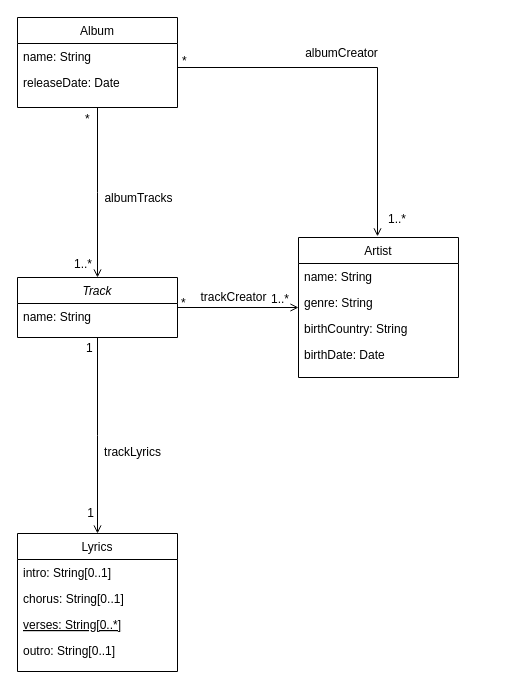
gwealm/VerseVault keeps this draw.io diagram as Untitled Diagram.drawio. Above is the earlier version. Source tidied: cells renumbered, new cells numbered last; positions are measured from the earlier drawing's top-left corner, leaving out a move shared by most shapes. Both pictures are drawn from the tidied source at 100%, with x=0, y=0 at pixel (17, 17).
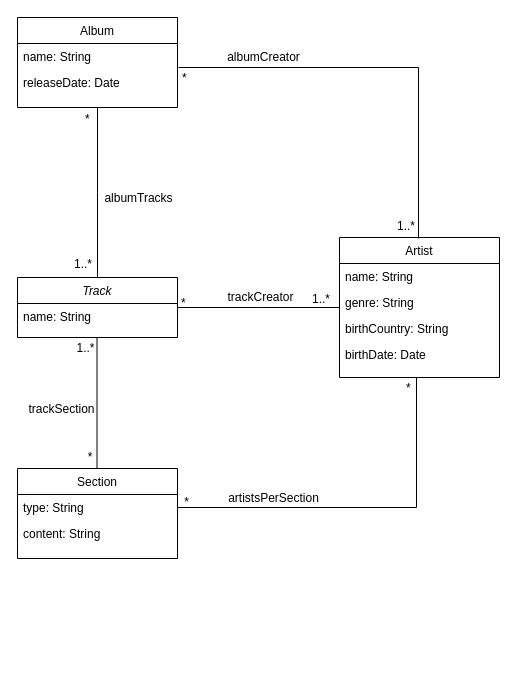
Above is the later version.

Commit message:
Refactors domain model

The change refers to these unchanged cells:
```xml
<mxCell id="2" value="Track" style="swimlane;fontStyle=2;align=center;verticalAlign=top;horizontal=1;startSize=26;rounded=0;shadow=0;strokeWidth=1;" parent="1" vertex="1">
  <mxGeometry y="260" width="160" height="60" as="geometry" />
</mxCell>
<mxCell id="9" value="Album" style="swimlane;fontStyle=0;align=center;verticalAlign=top;horizontal=1;startSize=26;rounded=0;shadow=0;strokeWidth=1;" parent="1" vertex="1">
  <mxGeometry width="160" height="90" as="geometry" />
</mxCell>
<mxCell id="11" value="releaseDate: Date" style="text;align=left;verticalAlign=top;spacingLeft=4;spacingRight=4;overflow=hidden;points=[[0,0.5],[1,0.5]];portConstraint=eastwest;" parent="9" vertex="1">
  <mxGeometry y="52" width="160" height="26" as="geometry" />
</mxCell>
```

What changed in the source:
```diff
@@
-    <mxCell id="4" value="Lyrics" style="swimlane;fontStyle=0;align=center;verticalAlign=top;horizontal=1;startSize=26;rounded=0;shadow=0;strokeWidth=1;" parent="1" vertex="1">
-      <mxGeometry y="516" width="160" height="138" as="geometry" />
-    </mxCell>
-    <mxCell id="5" value="intro: String[0..1]" style="text;align=left;verticalAlign=top;spacingLeft=4;spacingRight=4;overflow=hidden;" parent="4" vertex="1">
-      <mxGeometry y="26" width="160" height="26" as="geometry" />
-    </mxCell>
-    <mxCell id="6" value="chorus: String[0..1]" style="text;align=left;verticalAlign=top;spacingLeft=4;spacingRight=4;overflow=hidden;rounded=0;shadow=0;html=0;" parent="4" vertex="1">
-      <mxGeometry y="52" width="160" height="26" as="geometry" />
-    </mxCell>
-    <mxCell id="7" value="verses: String[0..*]" style="text;align=left;verticalAlign=top;spacingLeft=4;spacingRight=4;overflow=hidden;fontStyle=4;" parent="4" vertex="1">
-      <mxGeometry y="78" width="160" height="26" as="geometry" />
-    </mxCell>
-    <mxCell id="8" value="outro: String[0..1]" style="text;align=left;verticalAlign=top;spacingLeft=4;spacingRight=4;overflow=hidden;" parent="4" vertex="1">
-      <mxGeometry y="104" width="160" height="26" as="geometry" />
-    </mxCell>
@@
     <mxCell id="12" value="Artist" style="swimlane;fontStyle=0;align=center;verticalAlign=top;horizontal=1;startSize=26;rounded=0;shadow=0;strokeWidth=1;" parent="1" vertex="1">
-      <mxGeometry x="281" y="220" width="160" height="140" as="geometry" />
+      <mxGeometry x="322" y="220" width="160" height="140" as="geometry" />
     </mxCell>
@@
-    <mxCell id="17" style="endArrow=open;shadow=0;strokeWidth=1;rounded=0;endFill=1;edgeStyle=elbowEdgeStyle;elbow=vertical;" parent="1" edge="1" source="2" target="12">
+    <mxCell id="17" style="endArrow=none;shadow=0;strokeWidth=1;rounded=0;endFill=0;edgeStyle=elbowEdgeStyle;elbow=vertical;" parent="1" edge="1" source="2" target="12">
       <mxGeometry x="0.5" y="41" relative="1" as="geometry">
         <mxPoint x="-40" y="32" as="offset" />
       </mxGeometry>
     </mxCell>
@@
     <mxCell id="20" value="trackCreator" style="text;html=1;align=center;verticalAlign=middle;labelBackgroundColor=none;rounded=0;shadow=0;strokeWidth=1;fontSize=12;" parent="17" vertex="1">
       <mxGeometry x="0.5" y="49" relative="1" as="geometry">
-        <mxPoint x="-36" y="38" as="offset" />
+        <mxPoint x="-40" y="38" as="offset" />
       </mxGeometry>
     </mxCell>
-    <mxCell id="21" style="endArrow=open;shadow=0;strokeWidth=1;rounded=0;endFill=1;edgeStyle=elbowEdgeStyle;elbow=vertical;exitX=0.5;exitY=1;exitDx=0;exitDy=0;entryX=0.5;entryY=0;entryDx=0;entryDy=0;" parent="1" edge="1" source="2" target="4">
+    <mxCell id="21" style="endArrow=none;shadow=0;strokeWidth=1;rounded=0;endFill=0;edgeStyle=elbowEdgeStyle;elbow=vertical;exitX=0.5;exitY=1;exitDx=0;exitDy=0;entryX=0.5;entryY=0;entryDx=0;entryDy=0;" parent="1" edge="1">
       <mxGeometry x="0.5" y="41" relative="1" as="geometry">
+        <mxPoint x="79.5" y="320" as="sourcePoint" />
+        <mxPoint x="79.5" y="451" as="targetPoint" />
         <mxPoint x="-40" y="32" as="offset" />
       </mxGeometry>
     </mxCell>
-    <mxCell id="22" value="1" style="align=left;verticalAlign=bottom;labelBackgroundColor=none;fontSize=12;" parent="21" vertex="1">
+    <mxCell id="22" value="1..*" style="align=left;verticalAlign=bottom;labelBackgroundColor=none;fontSize=12;" parent="21" vertex="1">
       <mxGeometry x="-1" relative="1" as="geometry">
-        <mxPoint x="-13" y="19" as="offset" />
+        <mxPoint x="-22" y="19" as="offset" />
       </mxGeometry>
     </mxCell>
-    <mxCell id="23" value="1" style="align=right;verticalAlign=bottom;labelBackgroundColor=none;fontSize=12;" parent="21" vertex="1">
+    <mxCell id="23" value="*" style="align=right;verticalAlign=bottom;labelBackgroundColor=none;fontSize=12;" parent="21" vertex="1">
       <mxGeometry x="1" relative="1" as="geometry">
-        <mxPoint x="-2" y="-12" as="offset" />
+        <mxPoint x="-3" y="-3" as="offset" />
       </mxGeometry>
     </mxCell>
-    <mxCell id="24" value="trackLyrics" style="text;html=1;align=center;verticalAlign=middle;labelBackgroundColor=none;rounded=0;shadow=0;strokeWidth=1;fontSize=12;" parent="1" vertex="1">
-      <mxGeometry x="101" y="420" as="geometry">
-        <mxPoint x="13" y="14" as="offset" />
-      </mxGeometry>
-    </mxCell>
-    <mxCell id="25" style="endArrow=open;shadow=0;strokeWidth=1;rounded=0;endFill=1;edgeStyle=elbowEdgeStyle;elbow=vertical;exitX=0.5;exitY=1;exitDx=0;exitDy=0;entryX=0.5;entryY=0;entryDx=0;entryDy=0;" parent="1" edge="1" source="9" target="2">
+    <mxCell id="25" style="endArrow=none;shadow=0;strokeWidth=1;rounded=0;endFill=0;edgeStyle=elbowEdgeStyle;elbow=vertical;exitX=0.5;exitY=1;exitDx=0;exitDy=0;entryX=0.5;entryY=0;entryDx=0;entryDy=0;" parent="1" edge="1" source="9" target="2">
       <mxGeometry x="0.5" y="41" relative="1" as="geometry">
         <mxPoint x="-40" y="32" as="offset" />
       </mxGeometry>
     </mxCell>
@@
-    <mxCell id="29" style="endArrow=open;shadow=0;strokeWidth=1;rounded=0;endFill=1;edgeStyle=elbowEdgeStyle;elbow=vertical;entryX=0.55;entryY=-0.005;entryDx=0;entryDy=0;entryPerimeter=0;" parent="1" edge="1">
+    <mxCell id="29" style="endArrow=none;shadow=0;strokeWidth=1;rounded=0;endFill=0;edgeStyle=elbowEdgeStyle;elbow=vertical;entryX=0.619;entryY=0.007;entryDx=0;entryDy=0;entryPerimeter=0;exitX=1.006;exitY=-0.077;exitDx=0;exitDy=0;exitPerimeter=0;" parent="1" edge="1" source="11">
       <mxGeometry x="0.5" y="41" relative="1" as="geometry">
-        <mxPoint x="160" y="50" as="sourcePoint" />
-        <mxPoint x="360" y="218.9" as="targetPoint" />
+        <mxPoint x="401" y="221" as="targetPoint" />
         <Array as="points">
-          <mxPoint x="291" y="50" />
+          <mxPoint x="390" y="50" />
         </Array>
         <mxPoint x="-40" y="32" as="offset" />
       </mxGeometry>
     </mxCell>
     <mxCell id="30" value="*" style="align=left;verticalAlign=bottom;labelBackgroundColor=none;fontSize=12;" parent="29" vertex="1">
       <mxGeometry x="-1" relative="1" as="geometry">
-        <mxPoint x="3" y="2" as="offset" />
+        <mxPoint x="2" y="19" as="offset" />
       </mxGeometry>
     </mxCell>
     <mxCell id="31" value="1..*" style="align=right;verticalAlign=bottom;labelBackgroundColor=none;fontSize=12;" parent="29" vertex="1">
       <mxGeometry x="1" relative="1" as="geometry">
-        <mxPoint x="30" y="-9" as="offset" />
+        <mxPoint x="-2" y="-4" as="offset" />
       </mxGeometry>
     </mxCell>
     <mxCell id="32" value="albumCreator" style="text;html=1;align=center;verticalAlign=middle;labelBackgroundColor=none;rounded=0;shadow=0;strokeWidth=1;fontSize=12;" parent="29" vertex="1">
       <mxGeometry x="0.5" y="49" relative="1" as="geometry">
-        <mxPoint x="-86" y="-92" as="offset" />
+        <mxPoint x="-205" y="-78" as="offset" />
       </mxGeometry>
     </mxCell>
+    <mxCell id="33" value="Section" style="swimlane;fontStyle=0;align=center;verticalAlign=top;horizontal=1;startSize=26;rounded=0;shadow=0;strokeWidth=1;" parent="1" vertex="1">
+      <mxGeometry y="451" width="160" height="90" as="geometry" />
+    </mxCell>
+    <mxCell id="34" value="type: String" style="text;align=left;verticalAlign=top;spacingLeft=4;spacingRight=4;overflow=hidden;points=[[0,0.5],[1,0.5]];portConstraint=eastwest;" parent="33" vertex="1">
+      <mxGeometry y="26" width="160" height="26" as="geometry" />
+    </mxCell>
+    <mxCell id="35" value="content: String" style="text;align=left;verticalAlign=top;spacingLeft=4;spacingRight=4;overflow=hidden;rounded=0;shadow=0;html=0;" parent="33" vertex="1">
+      <mxGeometry y="52" width="160" height="26" as="geometry" />
+    </mxCell>
+    <mxCell id="36" style="endArrow=none;shadow=0;strokeWidth=1;rounded=0;endFill=0;edgeStyle=elbowEdgeStyle;elbow=vertical;exitX=0.5;exitY=1;exitDx=0;exitDy=0;entryX=1;entryY=0.5;entryDx=0;entryDy=0;" parent="1" edge="1" target="34">
+      <mxGeometry x="0.5" y="41" relative="1" as="geometry">
+        <mxPoint x="399" y="360" as="sourcePoint" />
+        <Array as="points">
+          <mxPoint x="408" y="490" />
+        </Array>
+        <mxPoint x="-40" y="32" as="offset" />
+      </mxGeometry>
+    </mxCell>
+    <mxCell id="37" value="*" style="align=left;verticalAlign=bottom;labelBackgroundColor=none;fontSize=12;" parent="36" vertex="1">
+      <mxGeometry x="-1" relative="1" as="geometry">
+        <mxPoint x="-12" y="19" as="offset" />
+      </mxGeometry>
+    </mxCell>
+    <mxCell id="38" value="*" style="align=right;verticalAlign=bottom;labelBackgroundColor=none;fontSize=12;" parent="36" vertex="1">
+      <mxGeometry x="1" relative="1" as="geometry">
+        <mxPoint x="13" y="3" as="offset" />
+      </mxGeometry>
+    </mxCell>
+    <mxCell id="39" value="trackSection" style="text;html=1;align=center;verticalAlign=middle;labelBackgroundColor=none;rounded=0;shadow=0;strokeWidth=1;fontSize=12;" parent="1" vertex="1">
+      <mxGeometry x="36" y="390" as="geometry">
+        <mxPoint x="7" y="1" as="offset" />
+      </mxGeometry>
+    </mxCell>
+    <mxCell id="40" value="artistsPerSection" style="text;html=1;align=center;verticalAlign=middle;labelBackgroundColor=none;rounded=0;shadow=0;strokeWidth=1;fontSize=12;" parent="1" vertex="1">
+      <mxGeometry x="255" y="480" as="geometry" />
+    </mxCell>
```
